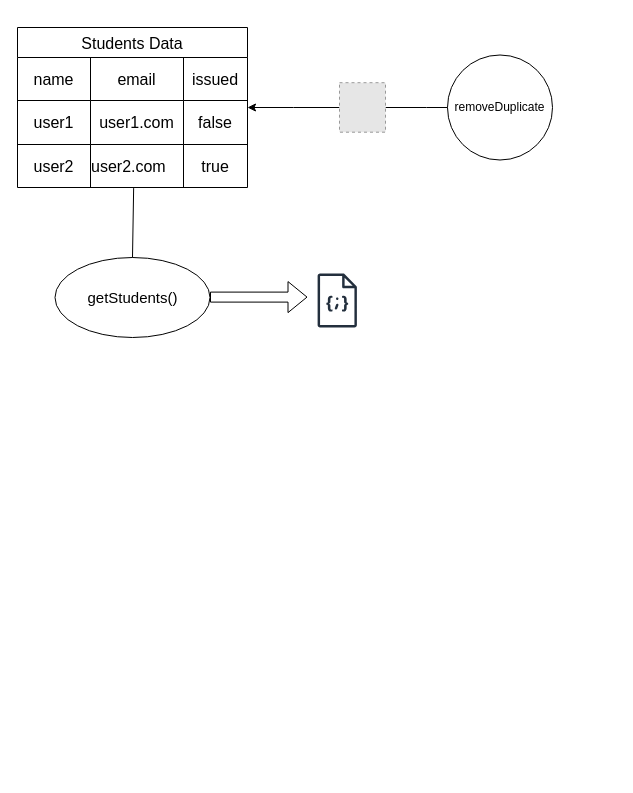
Earlier version of the draw.io diagram Untitled Diagram.drawio (AQIB-NAWAB/The-Final-Game). Source tidied: cells renumbered, new cells numbered last; positions are measured from the earlier drawing's top-left corner, leaving out a move shared by most shapes. Both pictures are drawn from the tidied source at 100%, with x=0, y=0 at pixel (17, 27). Pictures stored in the file or linked from it are replaced by grey dashed boxes.
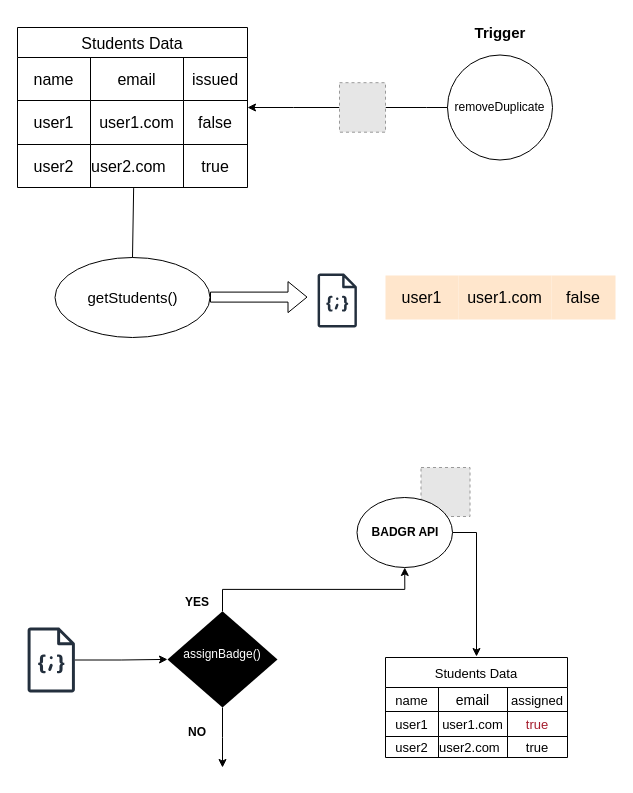
The same page after the edit.

The edit, as a diff of the source:
```diff
@@
+    <mxCell id="23" style="edgeStyle=orthogonalEdgeStyle;rounded=0;jettySize=auto;html=1;" parent="1" edge="1" source="24" target="32">
+      <mxGeometry relative="1" as="geometry" />
+    </mxCell>
+    <mxCell id="24" style="sketch=0;outlineConnect=0;fontColor=#232F3E;gradientColor=none;fillColor=#232F3D;strokeColor=none;dashed=0;verticalLabelPosition=bottom;verticalAlign=top;align=center;html=1;fontSize=12;fontStyle=0;shape=mxgraph.aws4.json_script;" parent="1" vertex="1">
+      <mxGeometry x="10" y="600" width="47.5" height="65" as="geometry" />
+    </mxCell>
+    <mxCell id="25" style="fillColor=#E6E6E6;strokeColor=#999999;dashed=1;html=1;verticalAlign=top;verticalLabelPosition=bottom;labelBackgroundColor=#ffffff;" parent="1" vertex="1">
+      <mxGeometry x="403.5" y="440" width="49" height="49" as="geometry" />
+    </mxCell>
+    <mxCell id="26" value="user1" style="shape=partialRectangle;html=1;whiteSpace=wrap;strokeColor=none;overflow=hidden;fillColor=#ffe6cc;top=0;left=0;bottom=0;right=0;fontSize=16;labelBorderColor=none;textShadow=0;strokeWidth=13;" parent="1" vertex="1">
+      <mxGeometry x="368" y="248" width="73" height="44" as="geometry" />
+    </mxCell>
+    <mxCell id="27" value="user1.com" style="shape=partialRectangle;html=1;whiteSpace=wrap;strokeColor=none;overflow=hidden;fillColor=#ffe6cc;top=0;left=0;bottom=0;right=0;fontSize=16;labelBorderColor=none;textShadow=0;strokeWidth=13;" parent="1" vertex="1">
+      <mxGeometry x="441" y="248" width="93" height="44" as="geometry" />
+    </mxCell>
+    <mxCell id="28" value="false" style="shape=partialRectangle;html=1;whiteSpace=wrap;strokeColor=none;overflow=hidden;fillColor=#ffe6cc;top=0;left=0;bottom=0;right=0;fontSize=16;labelBorderColor=none;textShadow=0;strokeWidth=13;" parent="1" vertex="1">
+      <mxGeometry x="534" y="248" width="64" height="44" as="geometry" />
+    </mxCell>
+    <mxCell id="29" value="&lt;font style=&quot;font-size: 15px;&quot;&gt;&lt;b&gt;Trigger&lt;/b&gt;&lt;/font&gt;" style="text;strokeColor=none;align=center;fillColor=none;html=1;verticalAlign=middle;whiteSpace=wrap;rounded=0;" parent="1" vertex="1">
+      <mxGeometry x="452.5" y="-10" width="60" height="30" as="geometry" />
+    </mxCell>
+    <mxCell id="30" style="edgeStyle=orthogonalEdgeStyle;rounded=0;jettySize=auto;html=1;exitX=0.5;exitY=0;exitDx=0;exitDy=0;entryX=0.5;entryY=1;entryDx=0;entryDy=0;" parent="1" edge="1" source="32" target="36">
+      <mxGeometry relative="1" as="geometry" />
+    </mxCell>
+    <mxCell id="31" style="edgeStyle=orthogonalEdgeStyle;rounded=0;jettySize=auto;html=1;" parent="1" edge="1" source="32">
+      <mxGeometry relative="1" as="geometry">
+        <mxPoint x="205" y="740" as="targetPoint" />
+      </mxGeometry>
+    </mxCell>
+    <mxCell id="32" value="&lt;br&gt;&lt;br&gt;assignBadge()" style="rhombus;whiteSpace=wrap;html=1;verticalAlign=top;fillColor=#000000;strokeColor=none;fontColor=#FFFFFF;sketch=0;gradientColor=default;dashed=0;fontStyle=0;" parent="1" vertex="1">
+      <mxGeometry x="150" y="583.8" width="110" height="96.2" as="geometry" />
+    </mxCell>
+    <mxCell id="33" value="&lt;b&gt;YES&lt;/b&gt;" style="text;strokeColor=none;align=center;fillColor=none;html=1;verticalAlign=middle;whiteSpace=wrap;rounded=0;" parent="1" vertex="1">
+      <mxGeometry x="150" y="560" width="60" height="30" as="geometry" />
+    </mxCell>
+    <mxCell id="34" value="&lt;b&gt;NO&lt;/b&gt;" style="text;strokeColor=none;align=center;fillColor=none;html=1;verticalAlign=middle;whiteSpace=wrap;rounded=0;" parent="1" vertex="1">
+      <mxGeometry x="150" y="690" width="60" height="30" as="geometry" />
+    </mxCell>
+    <mxCell id="35" style="edgeStyle=orthogonalEdgeStyle;rounded=0;jettySize=auto;html=1;exitX=1;exitY=0.5;exitDx=0;exitDy=0;entryX=0.5;entryY=0;entryDx=0;entryDy=0;" parent="1" edge="1" source="36" target="37">
+      <mxGeometry relative="1" as="geometry" />
+    </mxCell>
+    <mxCell id="36" value="&lt;b&gt;BADGR API&lt;/b&gt;" style="ellipse;whiteSpace=wrap;html=1;" parent="1" vertex="1">
+      <mxGeometry x="339.5" y="470" width="95.5" height="70" as="geometry" />
+    </mxCell>
+    <mxCell id="37" value="Students Data" style="shape=table;startSize=30;childLayout=tableLayout;strokeColor=default;fontSize=13;gradientColor=none;perimeterSpacing=1;" parent="1" vertex="1">
+      <mxGeometry x="368" y="630" width="182" height="100" as="geometry" />
+    </mxCell>
+    <mxCell id="38" style="shape=tableRow;horizontal=0;startSize=0;swimlaneHead=0;swimlaneBody=0;strokeColor=inherit;top=0;left=0;bottom=0;right=0;fillColor=none;fontSize=16;" parent="37" vertex="1">
+      <mxGeometry y="30" width="182" height="24" as="geometry" />
+    </mxCell>
+    <mxCell id="39" value="&lt;font style=&quot;font-size: 13px;&quot;&gt;name&lt;/font&gt;" style="shape=partialRectangle;html=1;whiteSpace=wrap;strokeColor=inherit;overflow=hidden;fillColor=none;top=0;left=0;bottom=0;right=0;fontSize=16;" parent="38" vertex="1">
+      <mxGeometry width="53" height="24" as="geometry" />
+    </mxCell>
+    <mxCell id="40" value="&lt;font style=&quot;font-size: 14px;&quot;&gt;email&lt;/font&gt;" style="shape=partialRectangle;html=1;whiteSpace=wrap;strokeColor=inherit;overflow=hidden;fillColor=none;top=0;left=0;bottom=0;right=0;fontSize=16;" parent="38" vertex="1">
+      <mxGeometry x="53" width="69" height="24" as="geometry" />
+    </mxCell>
+    <mxCell id="41" value="&lt;font style=&quot;font-size: 13px;&quot;&gt;assigned&lt;/font&gt;" style="shape=partialRectangle;html=1;whiteSpace=wrap;strokeColor=inherit;overflow=hidden;fillColor=none;top=0;left=0;bottom=0;right=0;fontSize=16;" parent="38" vertex="1">
+      <mxGeometry x="122" width="60" height="24" as="geometry" />
+    </mxCell>
+    <mxCell id="42" style="shape=tableRow;horizontal=0;startSize=0;swimlaneHead=0;swimlaneBody=0;strokeColor=inherit;top=0;left=0;bottom=0;right=0;fillColor=none;fontSize=16;" parent="37" vertex="1">
+      <mxGeometry y="54" width="182" height="25" as="geometry" />
+    </mxCell>
+    <mxCell id="43" value="user1" style="shape=partialRectangle;html=1;whiteSpace=wrap;strokeColor=inherit;overflow=hidden;fillColor=none;top=0;left=0;bottom=0;right=0;fontSize=13;" parent="42" vertex="1">
+      <mxGeometry width="53" height="25" as="geometry" />
+    </mxCell>
+    <mxCell id="44" value="user1.com" style="shape=partialRectangle;html=1;whiteSpace=wrap;strokeColor=inherit;overflow=hidden;fillColor=none;top=0;left=0;bottom=0;right=0;fontSize=13;" parent="42" vertex="1">
+      <mxGeometry x="53" width="69" height="25" as="geometry" />
+    </mxCell>
+    <mxCell id="45" value="&lt;span style=&quot;color: light-dark(rgb(165, 29, 45), rgb(237, 237, 237));&quot;&gt;true&lt;/span&gt;" style="shape=partialRectangle;html=1;whiteSpace=wrap;strokeColor=inherit;overflow=hidden;fillColor=none;top=0;left=0;bottom=0;right=0;fontSize=13;labelBackgroundColor=none;" parent="42" vertex="1">
+      <mxGeometry x="122" width="60" height="25" as="geometry" />
+    </mxCell>
+    <mxCell id="46" style="shape=tableRow;horizontal=0;startSize=0;swimlaneHead=0;swimlaneBody=0;strokeColor=inherit;top=0;left=0;bottom=0;right=0;fillColor=none;fontSize=16;" parent="37" vertex="1">
+      <mxGeometry y="79" width="182" height="21" as="geometry" />
+    </mxCell>
+    <mxCell id="47" value="user2" style="shape=partialRectangle;html=1;whiteSpace=wrap;strokeColor=inherit;overflow=hidden;fillColor=none;top=0;left=0;bottom=0;right=0;fontSize=13;" parent="46" vertex="1">
+      <mxGeometry width="53" height="21" as="geometry" />
+    </mxCell>
+    <mxCell id="48" value="&lt;div align=&quot;center&quot;&gt;user2.com&lt;span style=&quot;white-space: pre;&quot;&gt;&#9;&lt;/span&gt;&lt;/div&gt;" style="shape=partialRectangle;html=1;whiteSpace=wrap;strokeColor=inherit;overflow=hidden;fillColor=none;top=0;left=0;bottom=0;right=0;fontSize=13;align=center;" parent="46" vertex="1">
+      <mxGeometry x="53" width="69" height="21" as="geometry" />
+    </mxCell>
+    <mxCell id="49" value="true" style="shape=partialRectangle;html=1;whiteSpace=wrap;strokeColor=inherit;overflow=hidden;fillColor=none;top=0;left=0;bottom=0;right=0;fontSize=13;" parent="46" vertex="1">
+      <mxGeometry x="122" width="60" height="21" as="geometry" />
+    </mxCell>
```
